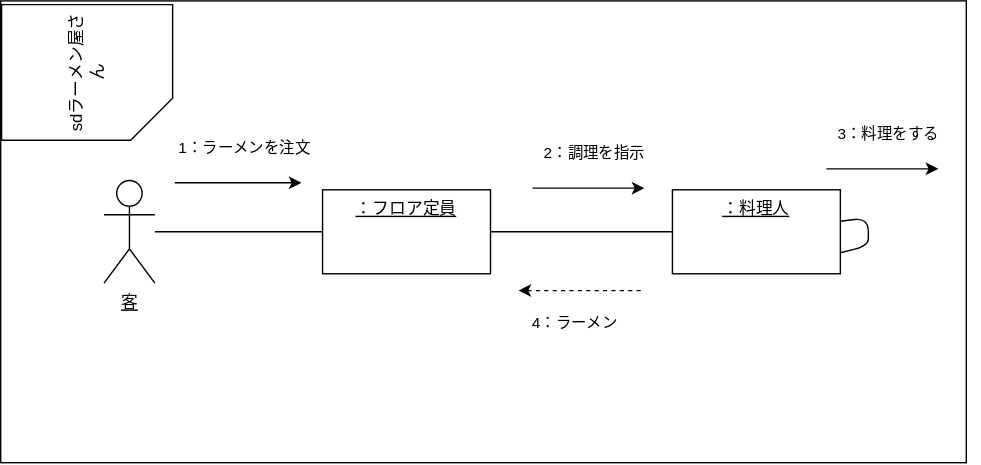
Raiki215/uml-introduction keeps this draw.io diagram as 例題5-1_ラーメン注文配膳.drawio.svg. Above is the earlier version. Source tidied: cells renumbered, new cells last; positions are measured from the earlier drawing's top-left corner, leaving out a move shared by most shapes.
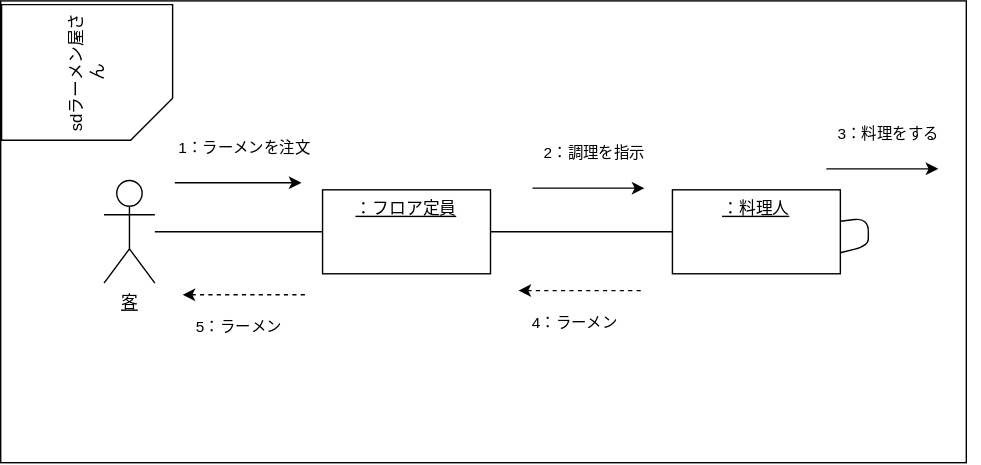
Above is the later version.

Change to the diagram source:
```diff
@@ -26,6 +26,12 @@
         <mxPoint x="460" y="207" as="targetPoint" />
       </mxGeometry>
     </mxCell>
+    <mxCell id="15" value="5：ラーメン" style="endArrow=none;dashed=1;html=1;endFill=0;startArrow=classic;startFill=1;" parent="3" edge="1">
+      <mxGeometry x="-0.11" y="-23" relative="1" as="geometry">
+        <mxPoint x="130" y="210" as="sourcePoint" />
+        <mxPoint x="220" y="210" as="targetPoint" />
+      </mxGeometry>
+    </mxCell>
     <mxCell id="8" style="edgeStyle=none;html=1;endArrow=none;endFill=0;entryX=1;entryY=0.75;entryDx=0;entryDy=0;" parent="2" edge="1" source="9" target="9">
       <mxGeometry relative="1" as="geometry" />
     </mxCell>
```
